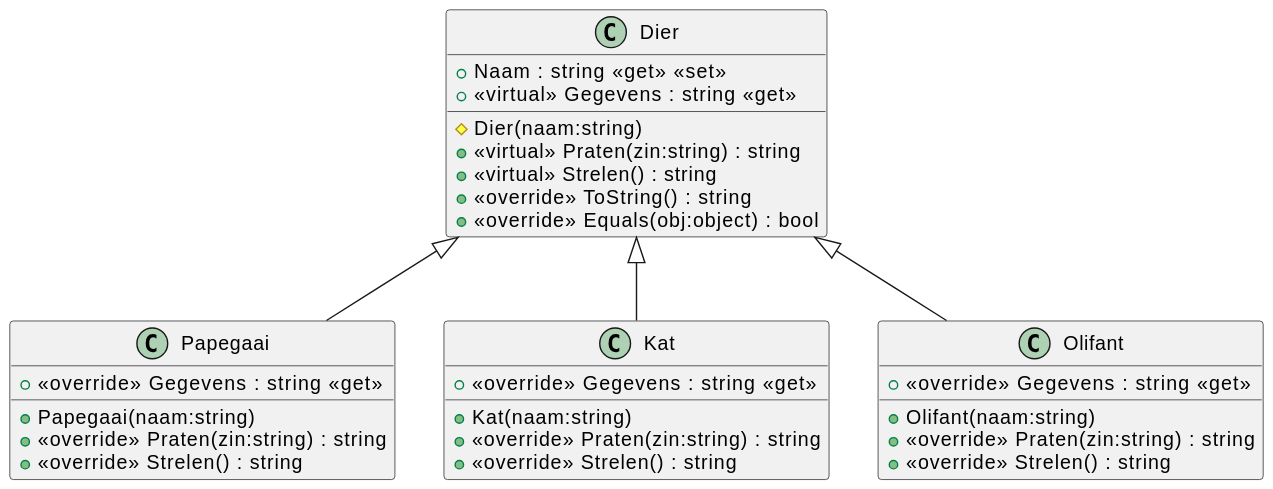
The PlantUML diagram 05/05_02/svg/Overview.svg in it-graduaten/template-csharp-ooprogramming-permanente-evaluatie, before a commit.
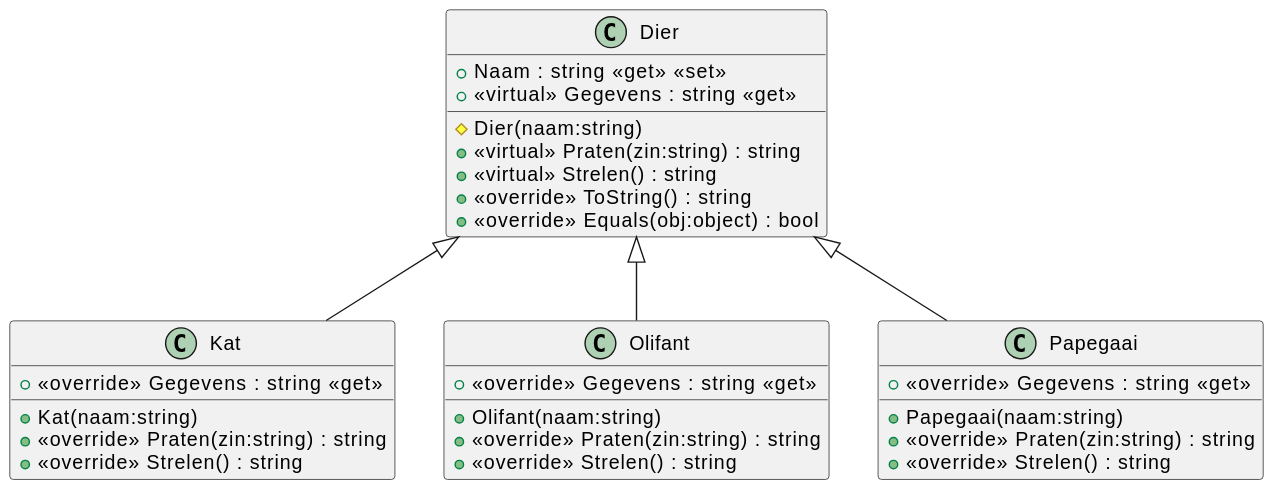
Later version of the same file.

What changed in the source:
```diff
@@ -1,6 +1,6 @@
 @startuml
-!include Papegaai.puml
 !include Kat.puml
 !include Olifant.puml
+!include Papegaai.puml
 !include Dier.puml
 @enduml
```
